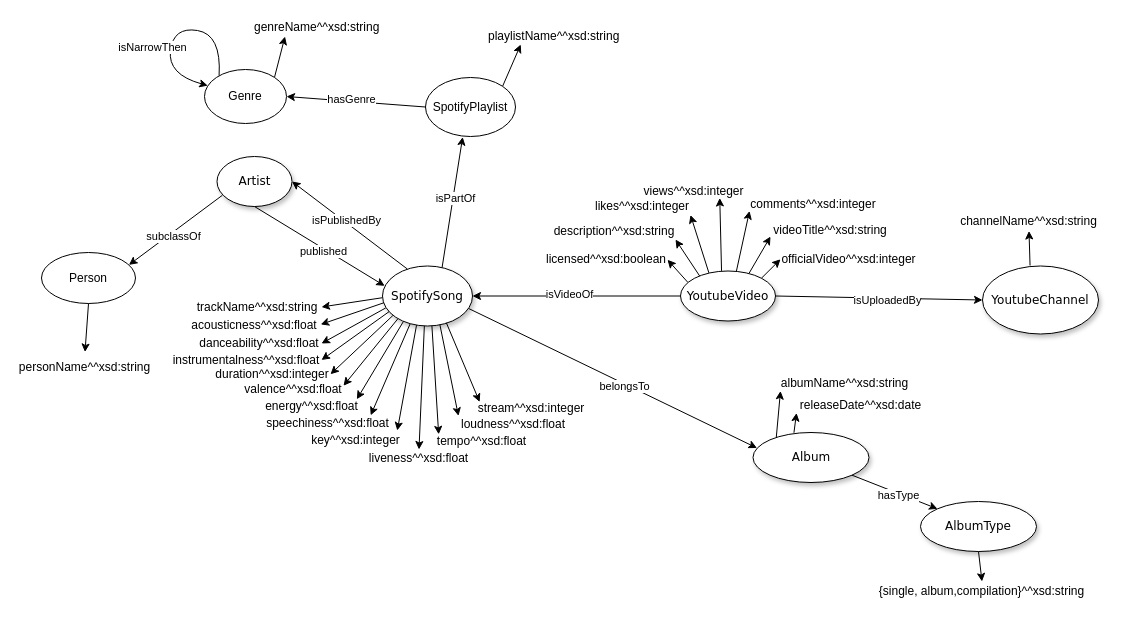
Above: Ontology/syOntology.drawio in GianlucaAntolini/FRANGI_DB2 (draw.io), before the change. Source tidied: cells renumbered, new cells numbered last; positions are measured from the earlier drawing's top-left corner, leaving out a move shared by most shapes. Both pictures are drawn from the tidied source at 100%, with x=0, y=0 at pixel (17, 17).
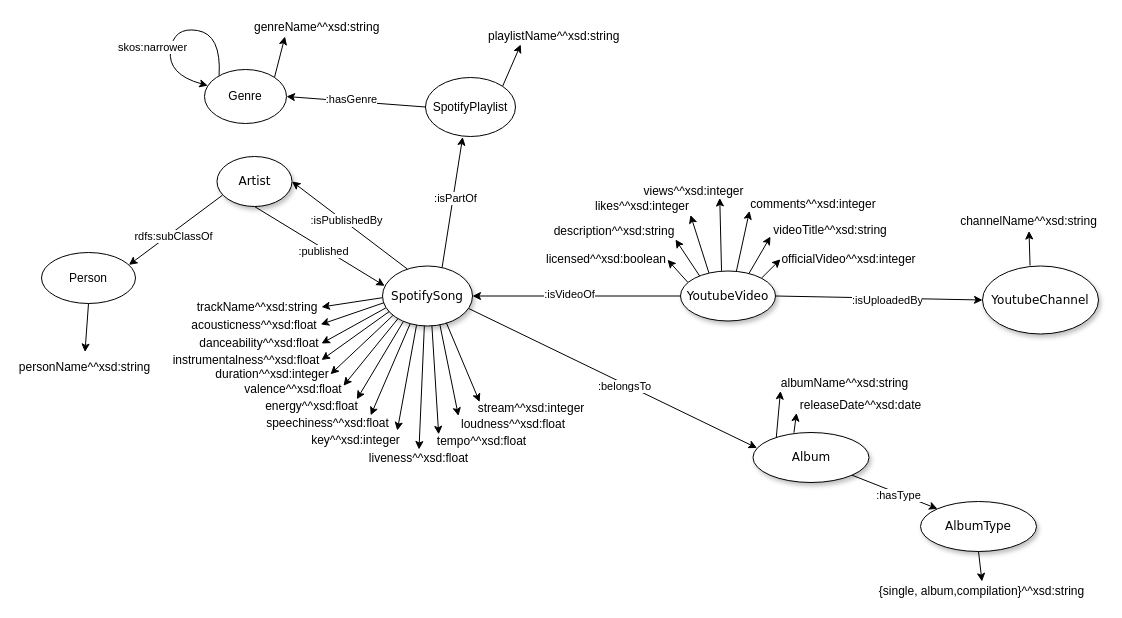
Above is the later version.

The change refers to these unchanged cells:
```xml
<mxCell id="11" style="endArrow=classic;html=1;rounded=0;exitX=0.072;exitY=0.775;exitDx=0;exitDy=0;entryX=0.93;entryY=0.243;entryDx=0;entryDy=0;entryPerimeter=0;exitPerimeter=0;" parent="1" edge="1" source="4" target="10">
  <mxGeometry relative="1" as="geometry" />
</mxCell>
<mxCell id="17" style="endArrow=classic;html=1;rounded=0;exitX=0.662;exitY=0.026;exitDx=0;exitDy=0;exitPerimeter=0;entryX=0.413;entryY=1.009;entryDx=0;entryDy=0;entryPerimeter=0;" parent="1" edge="1" source="2" target="16">
  <mxGeometry relative="1" as="geometry" />
</mxCell>
<mxCell id="19" style="curved=1;endArrow=classic;html=1;rounded=0;exitX=0.178;exitY=0.113;exitDx=0;exitDy=0;exitPerimeter=0;entryX=0.04;entryY=0.298;entryDx=0;entryDy=0;entryPerimeter=0;" parent="1" edge="1" source="9" target="9">
  <mxGeometry relative="1" as="geometry">
    <Array as="points">
      <mxPoint x="204" y="17" />
      <mxPoint x="156" y="9" />
      <mxPoint x="150" y="57" />
    </Array>
  </mxGeometry>
</mxCell>
<mxCell id="36" style="endArrow=classic;html=1;rounded=0;exitX=1;exitY=0.5;exitDx=0;exitDy=0;entryX=0;entryY=0.5;entryDx=0;entryDy=0;" parent="1" edge="1" source="5" target="6">
  <mxGeometry relative="1" as="geometry" />
</mxCell>
<mxCell id="38" style="endArrow=classic;html=1;rounded=0;exitX=0;exitY=0.5;exitDx=0;exitDy=0;entryX=1;entryY=0.5;entryDx=0;entryDy=0;" parent="1" edge="1" source="5" target="2">
  <mxGeometry relative="1" as="geometry" />
</mxCell>
<mxCell id="40" style="endArrow=classic;html=1;rounded=0;exitX=0.958;exitY=0.709;exitDx=0;exitDy=0;entryX=0.034;entryY=0.31;entryDx=0;entryDy=0;exitPerimeter=0;entryPerimeter=0;" parent="1" edge="1" source="2" target="3">
  <mxGeometry relative="1" as="geometry" />
</mxCell>
<mxCell id="47" style="endArrow=classic;html=1;rounded=0;exitX=1;exitY=1;exitDx=0;exitDy=0;entryX=0;entryY=0;entryDx=0;entryDy=0;" parent="1" edge="1" source="3" target="46">
  <mxGeometry relative="1" as="geometry" />
</mxCell>
<mxCell id="52" style="endArrow=classic;html=1;rounded=0;entryX=1;entryY=0.5;entryDx=0;entryDy=0;exitX=0.276;exitY=0.05;exitDx=0;exitDy=0;exitPerimeter=0;" parent="1" edge="1" source="2" target="4">
  <mxGeometry relative="1" as="geometry" />
</mxCell>
<mxCell id="54" style="endArrow=classic;html=1;rounded=0;exitX=0.5;exitY=1;exitDx=0;exitDy=0;entryX=0.024;entryY=0.331;entryDx=0;entryDy=0;entryPerimeter=0;" parent="1" edge="1" source="4" target="2">
  <mxGeometry relative="1" as="geometry" />
</mxCell>
<mxCell id="57" style="endArrow=classic;html=1;rounded=0;exitX=0;exitY=0.5;exitDx=0;exitDy=0;entryX=1;entryY=0.5;entryDx=0;entryDy=0;" parent="1" edge="1" source="16" target="9">
  <mxGeometry relative="1" as="geometry" />
</mxCell>
```

Change to the diagram source:
```diff
@@
-    <mxCell id="12" value="subclassOf" style="edgeLabel;html=1;align=center;verticalAlign=middle;" parent="11" vertex="1">
+    <mxCell id="12" value="rdfs:subClassOf" style="edgeLabel;html=1;align=center;verticalAlign=middle;" parent="11" vertex="1">
       <mxGeometry x="0.1" y="3" relative="1" as="geometry" />
     </mxCell>
@@
-    <mxCell id="18" value="isPartOf" style="edgeLabel;html=1;align=center;verticalAlign=middle;" parent="17" vertex="1">
+    <mxCell id="18" value=":isPartOf" style="edgeLabel;html=1;align=center;verticalAlign=middle;" parent="17" vertex="1">
       <mxGeometry x="0.08" y="-2" relative="1" as="geometry" />
     </mxCell>
@@
-    <mxCell id="20" value="isNarrowThen" style="edgeLabel;html=1;align=center;verticalAlign=middle;" parent="19" vertex="1">
+    <mxCell id="20" value="skos:narrower" style="edgeLabel;html=1;align=center;verticalAlign=middle;" parent="19" vertex="1">
       <mxGeometry x="-0.58" y="5" relative="1" as="geometry">
         <mxPoint x="-64" y="10" as="offset" />
       </mxGeometry>
     </mxCell>
@@
-    <mxCell id="37" value="isUploadedBy" style="edgeLabel;html=1;align=center;verticalAlign=middle;" parent="36" vertex="1">
+    <mxCell id="37" value=":isUploadedBy" style="edgeLabel;html=1;align=center;verticalAlign=middle;" parent="36" vertex="1">
       <mxGeometry x="0.08" y="-2" relative="1" as="geometry" />
     </mxCell>
@@
-    <mxCell id="39" value="isVideoOf" style="edgeLabel;html=1;align=center;verticalAlign=middle;" parent="38" vertex="1">
+    <mxCell id="39" value=":isVideoOf" style="edgeLabel;html=1;align=center;verticalAlign=middle;" parent="38" vertex="1">
       <mxGeometry x="0.08" y="-2" relative="1" as="geometry" />
     </mxCell>
@@
-    <mxCell id="41" value="belongsTo" style="edgeLabel;html=1;align=center;verticalAlign=middle;" parent="40" vertex="1">
+    <mxCell id="41" value=":belongsTo" style="edgeLabel;html=1;align=center;verticalAlign=middle;" parent="40" vertex="1">
       <mxGeometry x="0.08" y="-2" relative="1" as="geometry" />
     </mxCell>
@@
-    <mxCell id="48" value="hasType" style="edgeLabel;html=1;align=center;verticalAlign=middle;" parent="47" vertex="1">
+    <mxCell id="48" value=":hasType" style="edgeLabel;html=1;align=center;verticalAlign=middle;" parent="47" vertex="1">
       <mxGeometry x="0.08" y="-2" relative="1" as="geometry" />
     </mxCell>
@@
-    <mxCell id="53" value="isPublishedBy" style="edgeLabel;html=1;align=center;verticalAlign=middle;" parent="52" vertex="1">
+    <mxCell id="53" value=":isPublishedBy" style="edgeLabel;html=1;align=center;verticalAlign=middle;" parent="52" vertex="1">
       <mxGeometry x="0.08" y="-2" relative="1" as="geometry" />
     </mxCell>
@@
-    <mxCell id="55" value="published" style="edgeLabel;html=1;align=center;verticalAlign=middle;" parent="54" vertex="1">
+    <mxCell id="55" value=":published" style="edgeLabel;html=1;align=center;verticalAlign=middle;" parent="54" vertex="1">
       <mxGeometry x="0.08" y="-2" relative="1" as="geometry" />
     </mxCell>
@@
-    <mxCell id="58" value="hasGenre" style="edgeLabel;html=1;align=center;verticalAlign=middle;" parent="57" vertex="1">
+    <mxCell id="58" value=":hasGenre" style="edgeLabel;html=1;align=center;verticalAlign=middle;" parent="57" vertex="1">
       <mxGeometry x="0.08" y="-2" relative="1" as="geometry" />
     </mxCell>
```
